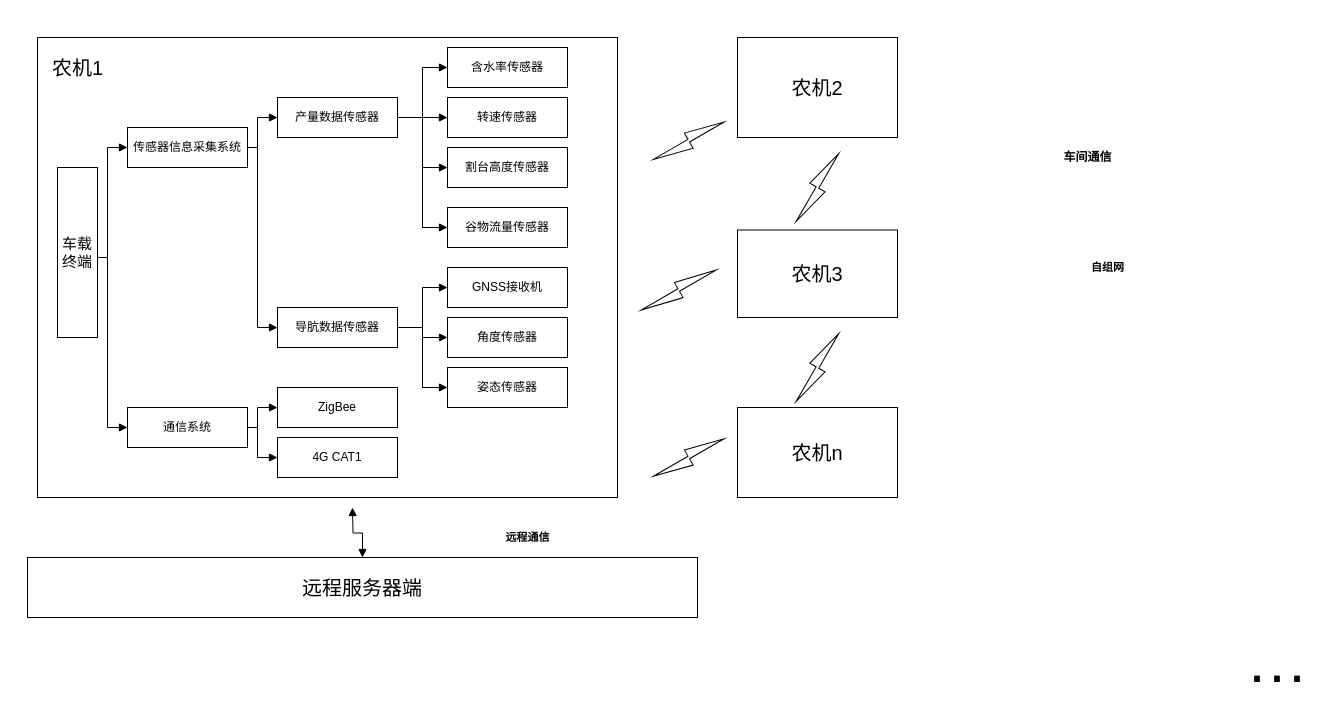
This is page "2.0" (2 of 2) of 系统总体框架.drawio from anvalue/DrawIo_SQ, a draw.io file, before an edit. Source tidied: cells renumbered, new cells numbered last; positions are measured from the earlier drawing's top-left corner, leaving out a move shared by most shapes. Both pictures are drawn from the tidied source at 100%, with x=0, y=0 at pixel (27, 37).
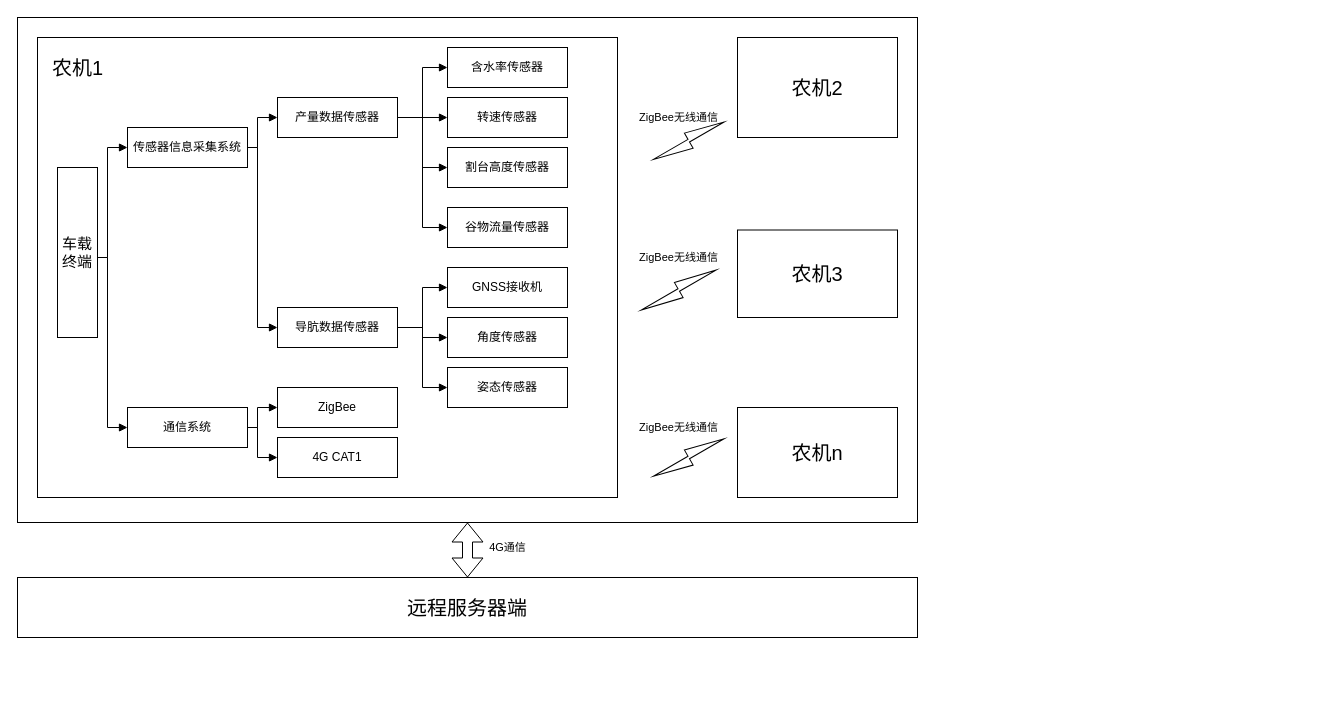
The same diagram, later.

Commit message (it also covers changes not shown here):
更新系统总体框架.drawio

Change to the diagram source:
```diff
@@
-    <mxCell id="2" style="edgeStyle=orthogonalEdgeStyle;rounded=0;jettySize=auto;html=1;entryX=0.5;entryY=0;entryDx=0;entryDy=0;strokeColor=default;align=center;verticalAlign=middle;fontFamily=Helvetica;fontSize=11;fontColor=default;labelBackgroundColor=default;endArrow=block;endFill=1;startArrow=block;startFill=1;" parent="1" edge="1" target="12">
-      <mxGeometry relative="1" as="geometry">
-        <mxPoint x="325" y="470" as="sourcePoint" />
-      </mxGeometry>
-    </mxCell>
+    <mxCell id="45" style="rounded=0;whiteSpace=wrap;html=1;shadow=0;dashed=0;strokeColor=#000000;strokeWidth=1;align=center;verticalAlign=top;fontFamily=Helvetica;fontSize=11;fontColor=default;labelBackgroundColor=#ffffff;fillColor=default;" parent="1" vertex="1">
+      <mxGeometry x="-10" y="-20" width="900" height="505" as="geometry" />
+    </mxCell>
@@
-    <mxCell id="11" value="&lt;font style=&quot;font-size: 12px;&quot;&gt;车间通信&lt;/font&gt;" style="text;strokeColor=none;fillColor=none;html=1;fontSize=11;fontStyle=1;verticalAlign=middle;align=center;fontFamily=Helvetica;fontColor=default;labelBackgroundColor=default;" parent="1" vertex="1">
-      <mxGeometry x="1010" y="100" width="100" height="40" as="geometry" />
-    </mxCell>
     <mxCell id="12" value="&lt;font style=&quot;font-size: 20px;&quot;&gt;远程服务器端&lt;/font&gt;" style="rounded=0;whiteSpace=wrap;html=1;fontFamily=Helvetica;fontSize=11;fontColor=default;labelBackgroundColor=default;" parent="1" vertex="1">
-      <mxGeometry y="520" width="670" height="60" as="geometry" />
+      <mxGeometry x="-10" y="540" width="900" height="60" as="geometry" />
     </mxCell>
-    <mxCell id="13" value="自组网" style="text;strokeColor=none;fillColor=none;html=1;fontSize=11;fontStyle=1;verticalAlign=middle;align=center;fontFamily=Helvetica;fontColor=default;labelBackgroundColor=default;" parent="1" vertex="1">
-      <mxGeometry x="1030" y="210" width="100" height="40" as="geometry" />
+    <mxCell id="13" value="&lt;span style=&quot;font-weight: 400;&quot;&gt;ZigBee无线通信&lt;/span&gt;" style="text;strokeColor=none;fillColor=none;html=1;fontSize=11;fontStyle=1;verticalAlign=middle;align=center;fontFamily=Helvetica;fontColor=default;labelBackgroundColor=default;" parent="1" vertex="1">
+      <mxGeometry x="601.3" y="60" width="100" height="40" as="geometry" />
     </mxCell>
-    <mxCell id="14" value="远程通信" style="text;strokeColor=none;fillColor=none;html=1;fontSize=11;fontStyle=1;verticalAlign=middle;align=center;fontFamily=Helvetica;fontColor=default;labelBackgroundColor=default;" parent="1" vertex="1">
-      <mxGeometry x="450" y="480" width="100" height="40" as="geometry" />
+    <mxCell id="14" value="&lt;span style=&quot;font-weight: normal;&quot;&gt;4G通信&lt;/span&gt;" style="text;strokeColor=none;fillColor=none;html=1;fontSize=11;fontStyle=1;verticalAlign=middle;align=center;fontFamily=Helvetica;fontColor=default;labelBackgroundColor=default;" parent="1" vertex="1">
+      <mxGeometry x="430" y="490" width="100" height="40" as="geometry" />
     </mxCell>
-    <mxCell id="15" value="&lt;font style=&quot;font-size: 60px;&quot;&gt;···&lt;br&gt;&lt;/font&gt;" style="text;html=1;align=center;verticalAlign=middle;whiteSpace=wrap;rounded=0;" parent="1" vertex="1">
-      <mxGeometry x="1220" y="630" width="60" height="14" as="geometry" />
-    </mxCell>
@@
-    <mxCell id="43" style="html=1;verticalLabelPosition=bottom;align=center;labelBackgroundColor=#ffffff;verticalAlign=top;strokeWidth=1;strokeColor=#000000;shadow=0;dashed=0;shape=mxgraph.ios7.icons.flash;fontFamily=Helvetica;fontSize=11;fontColor=default;rotation=30;" parent="1" vertex="1">
-      <mxGeometry x="781.2" y="290" width="17.5" height="80" as="geometry" />
-    </mxCell>
-    <mxCell id="44" style="html=1;verticalLabelPosition=bottom;align=center;labelBackgroundColor=#ffffff;verticalAlign=top;strokeWidth=1;strokeColor=#000000;shadow=0;dashed=0;shape=mxgraph.ios7.icons.flash;fontFamily=Helvetica;fontSize=11;fontColor=default;rotation=30;" parent="1" vertex="1">
-      <mxGeometry x="781.2" y="110" width="17.5" height="80" as="geometry" />
-    </mxCell>
+    <mxCell id="46" value="&lt;span style=&quot;font-weight: 400;&quot;&gt;ZigBee无线通信&lt;/span&gt;" style="text;strokeColor=none;fillColor=none;html=1;fontSize=11;fontStyle=1;verticalAlign=middle;align=center;fontFamily=Helvetica;fontColor=default;labelBackgroundColor=default;" parent="1" vertex="1">
+      <mxGeometry x="601.3" y="200" width="100" height="40" as="geometry" />
+    </mxCell>
+    <mxCell id="47" value="&lt;span style=&quot;font-weight: 400;&quot;&gt;ZigBee无线通信&lt;/span&gt;" style="text;strokeColor=none;fillColor=none;html=1;fontSize=11;fontStyle=1;verticalAlign=middle;align=center;fontFamily=Helvetica;fontColor=default;labelBackgroundColor=default;" parent="1" vertex="1">
+      <mxGeometry x="601.3" y="370" width="100" height="40" as="geometry" />
+    </mxCell>
+    <mxCell id="48" style="shape=flexArrow;endArrow=classic;startArrow=classic;html=1;rounded=0;strokeColor=default;align=center;verticalAlign=middle;fontFamily=Helvetica;fontSize=11;fontColor=default;labelBackgroundColor=#ffffff;edgeStyle=orthogonalEdgeStyle;exitX=0.5;exitY=0;exitDx=0;exitDy=0;entryX=0.5;entryY=1;entryDx=0;entryDy=0;" parent="1" edge="1" source="12" target="45">
+      <mxGeometry relative="1" as="geometry" />
+    </mxCell>
```
